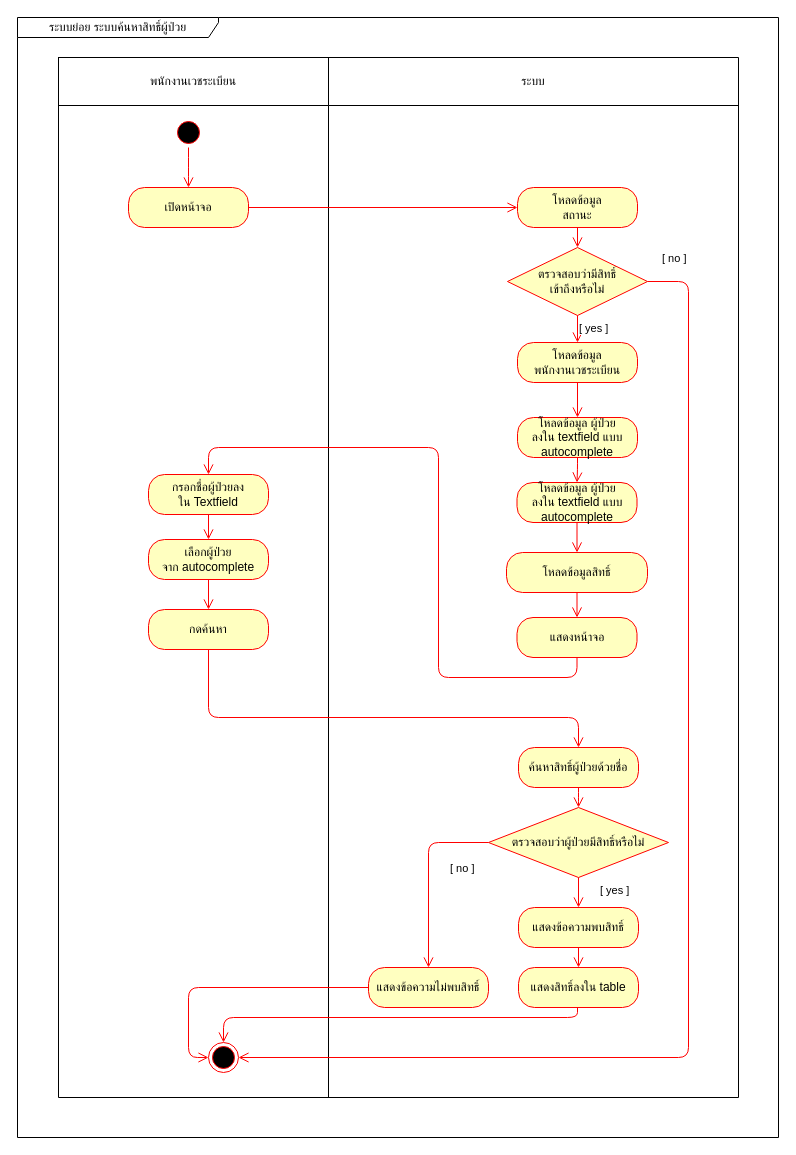
The draw.io diagram page "System Activity Diagram" (3 of 5) of draw_io/b6103866-2.drawio in sut63/team10, before the edit. Source tidied: cells renumbered, new cells numbered last; positions are measured from the earlier drawing's top-left corner, leaving out a move shared by most shapes. Both pictures are drawn from the tidied source at 100%, with x=0, y=0 at pixel (17, 17).
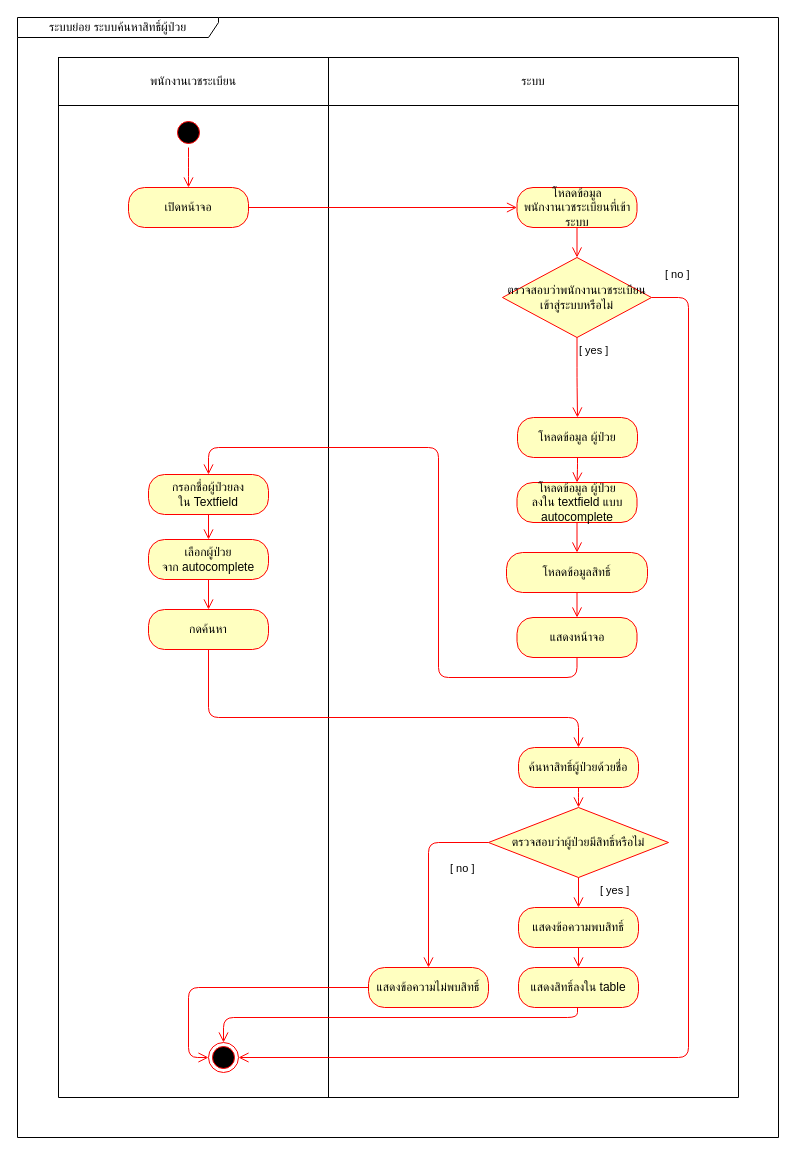
The same diagram, later.

Unchanged cells that the change refers to:
```xml
<mxCell id="10" value="เปิดหน้าจอ" style="rounded=1;whiteSpace=wrap;html=1;arcSize=40;fontColor=#000000;fillColor=#ffffc0;strokeColor=#ff0000;" parent="1" vertex="1">
  <mxGeometry x="111" y="170" width="120" height="40" as="geometry" />
</mxCell>
<mxCell id="13" style="ellipse;html=1;shape=endState;fillColor=#000000;strokeColor=#ff0000;" parent="1" vertex="1">
  <mxGeometry x="191" y="1025" width="30" height="30" as="geometry" />
</mxCell>
```

Change to the diagram source:
```diff
@@
-    <mxCell id="11" style="edgeStyle=orthogonalEdgeStyle;html=1;verticalAlign=bottom;endArrow=open;endSize=8;strokeColor=#ff0000;entryX=0;entryY=0.5;entryDx=0;entryDy=0;" parent="1" edge="1" source="10" target="25">
+    <mxCell id="11" style="edgeStyle=orthogonalEdgeStyle;html=1;verticalAlign=bottom;endArrow=open;endSize=8;strokeColor=#ff0000;entryX=0;entryY=0.5;entryDx=0;entryDy=0;" parent="1" edge="1" source="10" target="27">
       <mxGeometry relative="1" as="geometry" />
     </mxCell>
@@
-    <mxCell id="23" value="ตรวจสอบว่ามีสิทธิ์&lt;br&gt;เข้าถึงหรือไม่" style="rhombus;whiteSpace=wrap;html=1;fillColor=#ffffc0;strokeColor=#ff0000;" parent="1" vertex="1">
-      <mxGeometry x="490" y="230" width="140" height="68" as="geometry" />
+    <mxCell id="23" value="ตรวจสอบว่าพนักงานเวชระเบียนเข้าสู่ระบบหรือไม่" style="rhombus;whiteSpace=wrap;html=1;fillColor=#ffffc0;strokeColor=#ff0000;" parent="1" vertex="1">
+      <mxGeometry x="485" y="240" width="149" height="80" as="geometry" />
     </mxCell>
     <mxCell id="24" value="[ no ]" style="edgeStyle=orthogonalEdgeStyle;html=1;align=left;verticalAlign=bottom;endArrow=open;endSize=8;strokeColor=#ff0000;entryX=1;entryY=0.5;entryDx=0;entryDy=0;exitX=1;exitY=0.5;exitDx=0;exitDy=0;" parent="1" edge="1" source="23" target="13">
       <mxGeometry x="-0.98" y="14" relative="1" as="geometry">
         <Array as="points">
-          <mxPoint x="671" y="264" />
+          <mxPoint x="671" y="280" />
           <mxPoint x="671" y="1040" />
         </Array>
       </mxGeometry>
     </mxCell>
-    <mxCell id="25" value="โหลดข้อมูล&lt;br&gt;สถานะ" style="rounded=1;whiteSpace=wrap;html=1;arcSize=40;fontColor=#000000;fillColor=#ffffc0;strokeColor=#ff0000;" parent="1" vertex="1">
-      <mxGeometry x="500" y="170" width="120" height="40" as="geometry" />
-    </mxCell>
-    <mxCell id="26" style="edgeStyle=orthogonalEdgeStyle;html=1;verticalAlign=bottom;endArrow=open;endSize=8;strokeColor=#ff0000;entryX=0.5;entryY=0;entryDx=0;entryDy=0;" parent="1" edge="1" source="25" target="23">
+    <mxCell id="26" style="edgeStyle=orthogonalEdgeStyle;html=1;verticalAlign=bottom;endArrow=open;endSize=8;strokeColor=#ff0000;entryX=0.5;entryY=0;entryDx=0;entryDy=0;exitX=0.5;exitY=1;exitDx=0;exitDy=0;" parent="1" edge="1" source="27" target="23">
       <mxGeometry relative="1" as="geometry" />
     </mxCell>
-    <mxCell id="27" value="โหลดข้อมูล&lt;br&gt;&lt;span&gt;พนักงานเวชระเบียน&lt;/span&gt;" style="rounded=1;whiteSpace=wrap;html=1;arcSize=40;fontColor=#000000;fillColor=#ffffc0;strokeColor=#ff0000;" parent="1" vertex="1">
-      <mxGeometry x="500" y="325" width="120" height="40" as="geometry" />
+    <mxCell id="27" value="โหลดข้อมูล&lt;br&gt;&lt;span&gt;พนักงานเวชระเบียนที่เข้าระบบ&lt;/span&gt;" style="rounded=1;whiteSpace=wrap;html=1;arcSize=40;fontColor=#000000;fillColor=#ffffc0;strokeColor=#ff0000;" parent="1" vertex="1">
+      <mxGeometry x="499.5" y="170" width="120" height="40" as="geometry" />
     </mxCell>
-    <mxCell id="28" value="[ yes ]" style="edgeStyle=orthogonalEdgeStyle;html=1;align=left;verticalAlign=top;endArrow=open;endSize=8;strokeColor=#ff0000;entryX=0.5;entryY=0;entryDx=0;entryDy=0;" parent="1" edge="1" source="23" target="27">
+    <mxCell id="28" value="[ yes ]" style="edgeStyle=orthogonalEdgeStyle;html=1;align=left;verticalAlign=top;endArrow=open;endSize=8;strokeColor=#ff0000;entryX=0.5;entryY=0;entryDx=0;entryDy=0;" parent="1" edge="1" source="23" target="42">
       <mxGeometry x="-1" relative="1" as="geometry" />
     </mxCell>
@@
-    <mxCell id="38" style="edgeStyle=orthogonalEdgeStyle;html=1;verticalAlign=bottom;endArrow=open;endSize=8;strokeColor=#ff0000;exitX=0.5;exitY=1;exitDx=0;exitDy=0;entryX=0.5;entryY=0;entryDx=0;entryDy=0;" parent="1" edge="1" source="27" target="42">
-      <mxGeometry relative="1" as="geometry" />
-    </mxCell>
@@
-    <mxCell id="42" value="โหลดข้อมูล ผู้ป่วย&lt;br&gt;ลงใน textfield แบบ autocomplete" style="rounded=1;whiteSpace=wrap;html=1;arcSize=40;fontColor=#000000;fillColor=#ffffc0;strokeColor=#ff0000;" parent="1" vertex="1">
+    <mxCell id="42" value="โหลดข้อมูล ผู้ป่วย&lt;br&gt;" style="rounded=1;whiteSpace=wrap;html=1;arcSize=40;fontColor=#000000;fillColor=#ffffc0;strokeColor=#ff0000;" parent="1" vertex="1">
       <mxGeometry x="500" y="400" width="120" height="40" as="geometry" />
     </mxCell>
```
